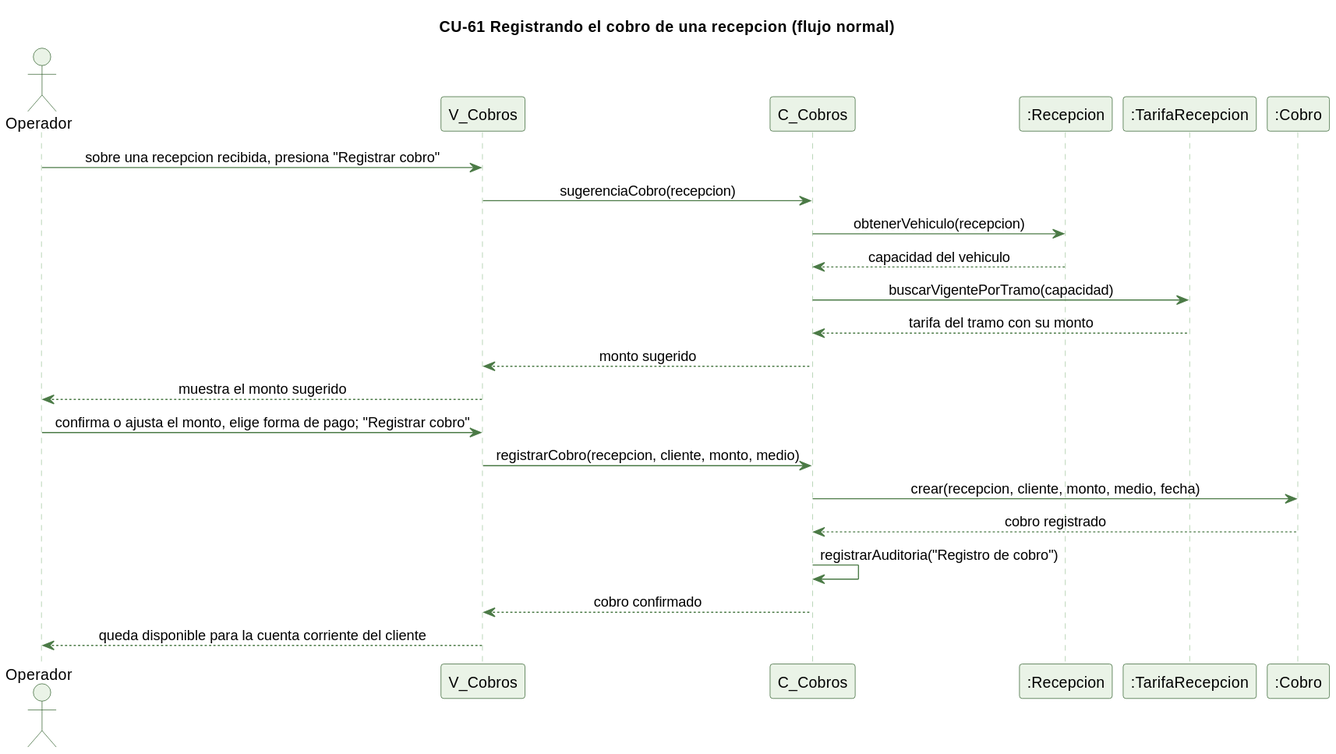
The PlantUML diagram docs/trabajo-grupal/diagramas/secuencias/cu61-cobro-recepcion-normal.svg in kenjikaese/Triverde, before a commit. The source it was exported from:
```plantuml
@startuml
skinparam backgroundColor #FFFFFF
skinparam shadowing false
skinparam defaultFontName Helvetica
skinparam sequenceMessageAlign center
skinparam ParticipantBackgroundColor #EAF3E7
skinparam ParticipantBorderColor #2E5E2A
skinparam ActorBackgroundColor #EAF3E7
skinparam ActorBorderColor #2E5E2A
skinparam sequenceLifeLineBorderColor #9CC49A
skinparam ArrowColor #4B7A46

title CU-61 Registrando el cobro de una recepcion (flujo normal)

actor Operador
participant "V_Cobros" as V
participant "C_Cobros" as C
participant ":Recepcion" as R
participant ":TarifaRecepcion" as T
participant ":Cobro" as CB

Operador -> V : sobre una recepcion recibida, presiona "Registrar cobro"
V -> C : sugerenciaCobro(recepcion)
C -> R : obtenerVehiculo(recepcion)
R --> C : capacidad del vehiculo
C -> T : buscarVigentePorTramo(capacidad)
T --> C : tarifa del tramo con su monto
C --> V : monto sugerido
V --> Operador : muestra el monto sugerido
Operador -> V : confirma o ajusta el monto, elige forma de pago; "Registrar cobro"
V -> C : registrarCobro(recepcion, cliente, monto, medio)
C -> CB : crear(recepcion, cliente, monto, medio, fecha)
CB --> C : cobro registrado
C -> C : registrarAuditoria("Registro de cobro")
C --> V : cobro confirmado
V --> Operador : queda disponible para la cuenta corriente del cliente
@enduml
```
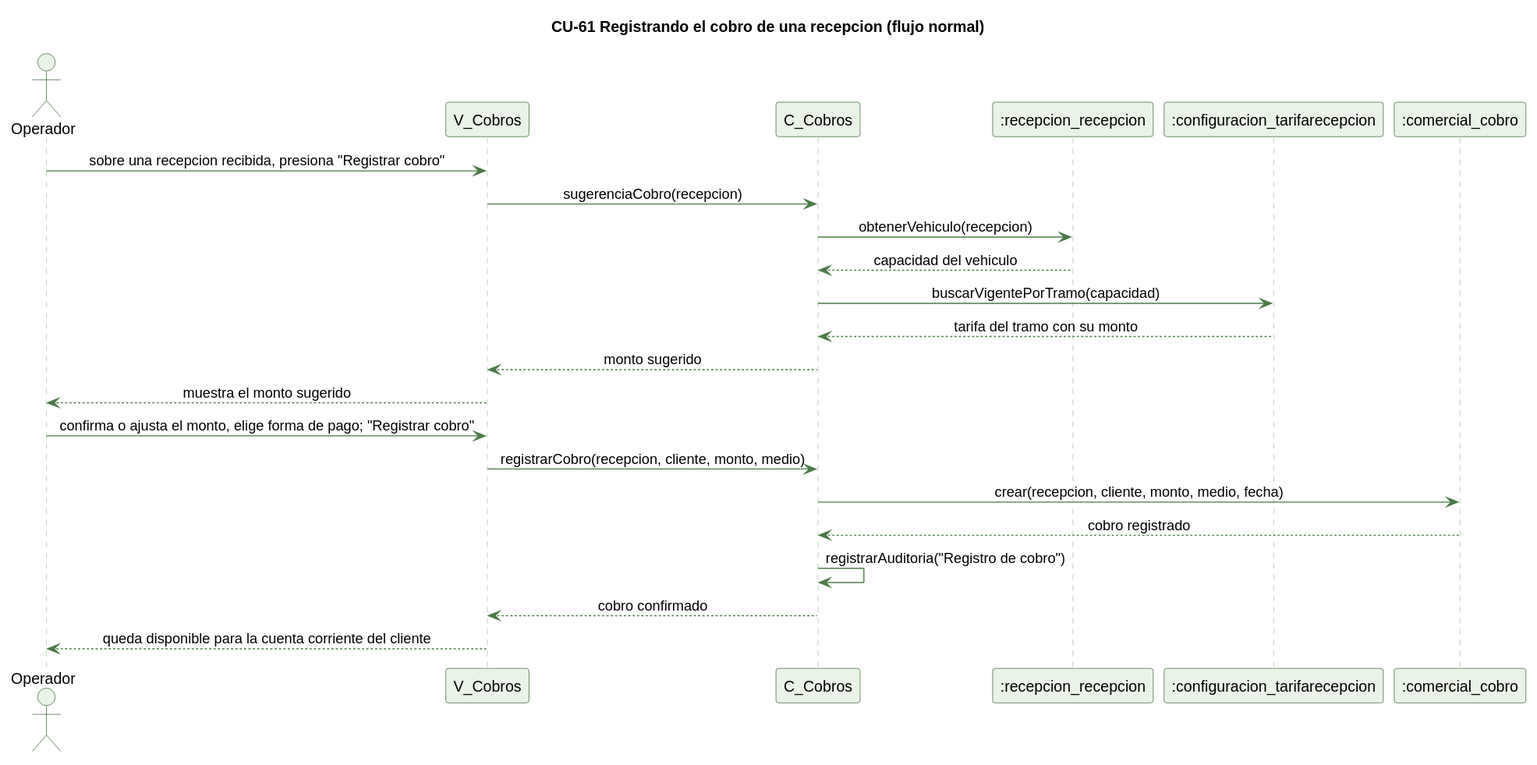
The same diagram one commit later.

The edit, as a diff of the source:
```diff
@@ -15,9 +15,9 @@
 actor Operador
 participant "V_Cobros" as V
 participant "C_Cobros" as C
-participant ":Recepcion" as R
-participant ":TarifaRecepcion" as T
-participant ":Cobro" as CB
+participant ":recepcion_recepcion" as R
+participant ":configuracion_tarifarecepcion" as T
+participant ":comercial_cobro" as CB
 
 Operador -> V : sobre una recepcion recibida, presiona "Registrar cobro"
 V -> C : sugerenciaCobro(recepcion)
```
